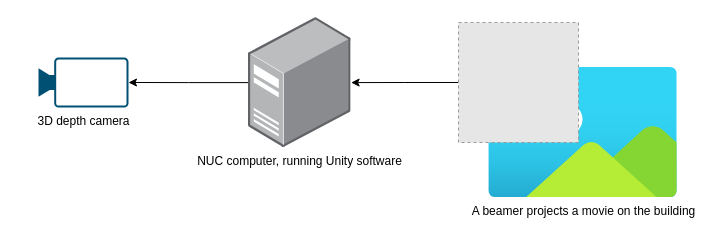
kevin-wilmink-saxion/drawio keeps this draw.io diagram as amiEntranceGlobal.drawio. Above is the earlier version. Source tidied: cells renumbered, new cells numbered last; positions are measured from the earlier drawing's top-left corner, leaving out a move shared by most shapes. Both pictures are drawn from the tidied source at 100%, with x=0, y=0 at pixel (38, 17). Pictures stored in the file or linked from it are replaced by grey dashed boxes.
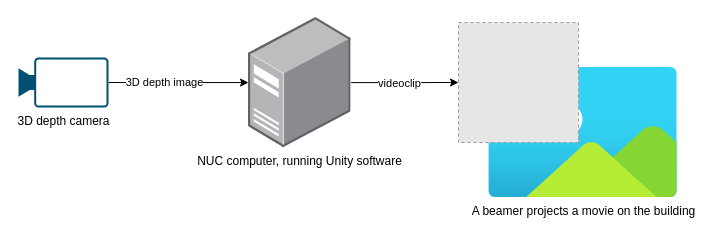
Above is the later version.

The edit, as a diff of the source:
```diff
@@
 <mxGraphModel>
   <root>
     <mxCell id="0" />
     <mxCell id="1" parent="0" />
     <mxCell id="2" value="A beamer projects a movie on the building" style="image;html=1;align=center;fontSize=12;image=img/lib/azure2/general/Image.svg;" parent="1" vertex="1">
       <mxGeometry x="450" y="50" width="189.1" height="130" as="geometry" />
     </mxCell>
-    <mxCell id="3" style="edgeStyle=orthogonalEdgeStyle;rounded=0;jettySize=auto;html=1;" parent="1" edge="1" source="4" target="7">
-      <mxGeometry relative="1" as="geometry" />
-    </mxCell>
+    <mxCell id="8" style="edgeStyle=orthogonalEdgeStyle;rounded=0;jettySize=auto;html=1;" parent="1" edge="1" source="4" target="6">
+      <mxGeometry relative="1" as="geometry" />
+    </mxCell>
+    <mxCell id="9" value="videoclip" style="edgeLabel;html=1;align=center;verticalAlign=middle;" parent="8" vertex="1">
+      <mxGeometry x="-0.11" relative="1" as="geometry" />
+    </mxCell>
     <mxCell id="4" value="NUC computer, running Unity software" style="image;points=[];html=1;align=center;shadow=0;dashed=0;image=img/lib/allied_telesis/computer_and_terminals/Server_Desktop.svg;" parent="1" vertex="1">
       <mxGeometry x="210" width="102.6" height="130.1" as="geometry" />
     </mxCell>
-    <mxCell id="5" style="edgeStyle=orthogonalEdgeStyle;rounded=0;jettySize=auto;html=1;" parent="1" edge="1" source="6" target="4">
-      <mxGeometry relative="1" as="geometry" />
-    </mxCell>
     <mxCell id="6" style="fillColor=#E6E6E6;strokeColor=#999999;dashed=1;html=1;verticalAlign=top;verticalLabelPosition=bottom;labelBackgroundColor=#ffffff;rotation=0;" parent="1" vertex="1">
       <mxGeometry x="420" y="5" width="120" height="120" as="geometry" />
     </mxCell>
+    <mxCell id="10" style="edgeStyle=orthogonalEdgeStyle;rounded=0;jettySize=auto;html=1;" parent="1" edge="1" source="7" target="4">
+      <mxGeometry relative="1" as="geometry" />
+    </mxCell>
+    <mxCell id="11" value="3D depth image" style="edgeLabel;html=1;align=center;verticalAlign=middle;" parent="10" vertex="1">
+      <mxGeometry x="-0.22" y="1" relative="1" as="geometry" />
+    </mxCell>
     <mxCell id="7" value="3D depth camera" style="points=[[0,0.5,0],[0.19,0.02,0],[0.59,0,0],[0.985,0.02,0],[1,0.5,0],[0.985,0.98,0],[0.59,1,0],[0.19,0.98,0]];verticalLabelPosition=bottom;sketch=0;html=1;verticalAlign=top;align=center;shape=mxgraph.cisco19.camera;fillColor=#005073;strokeColor=none;" parent="1" vertex="1">
-      <mxGeometry y="40" width="90" height="50" as="geometry" />
+      <mxGeometry x="-20" y="40" width="90" height="50" as="geometry" />
     </mxCell>
   </root>
 </mxGraphModel>
```
